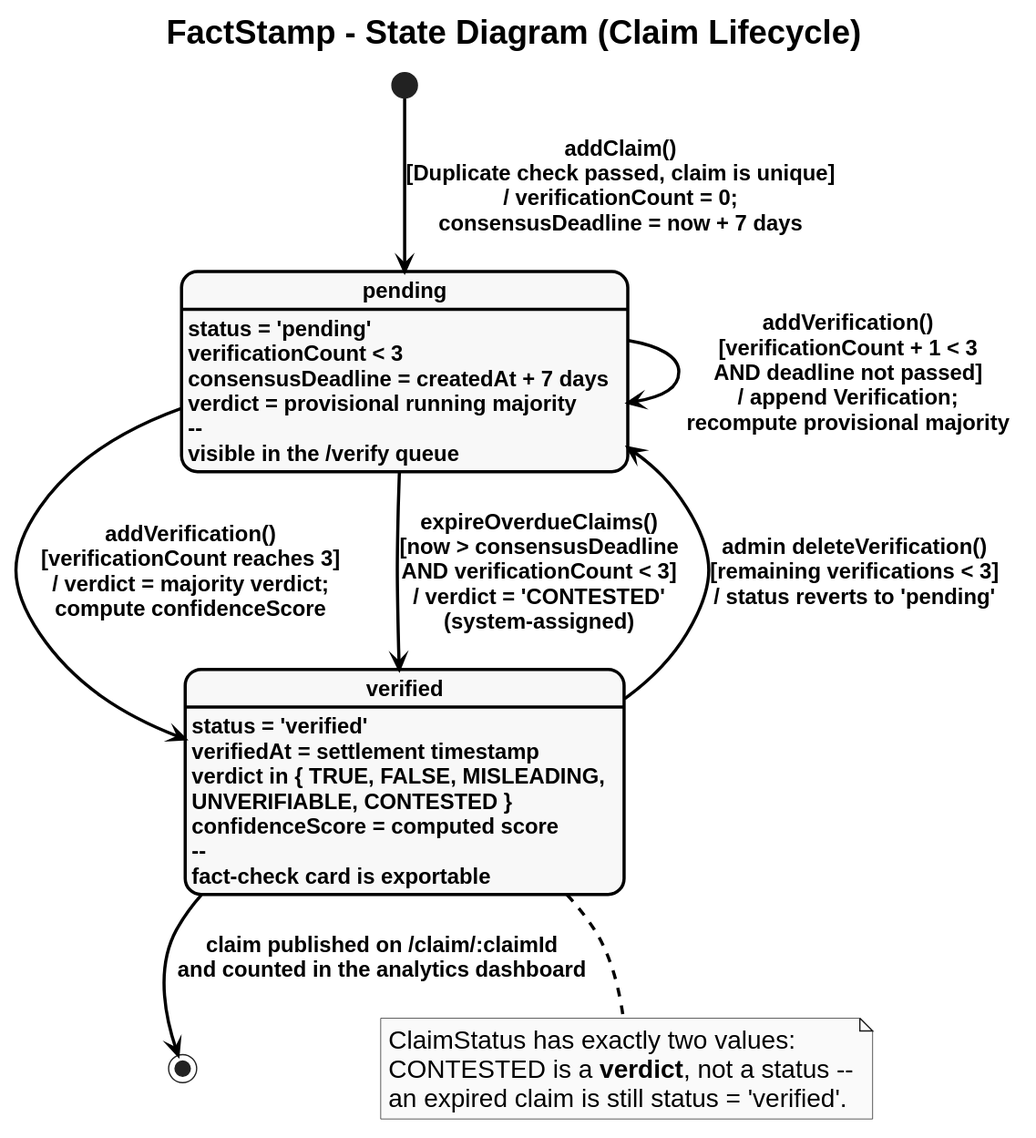
aadish0day/typst keeps this PlantUML diagram as FactStamp/black_book_draft/03_Requirements_and_Analysis/attachments/state_diagram.svg. Above is the earlier version.
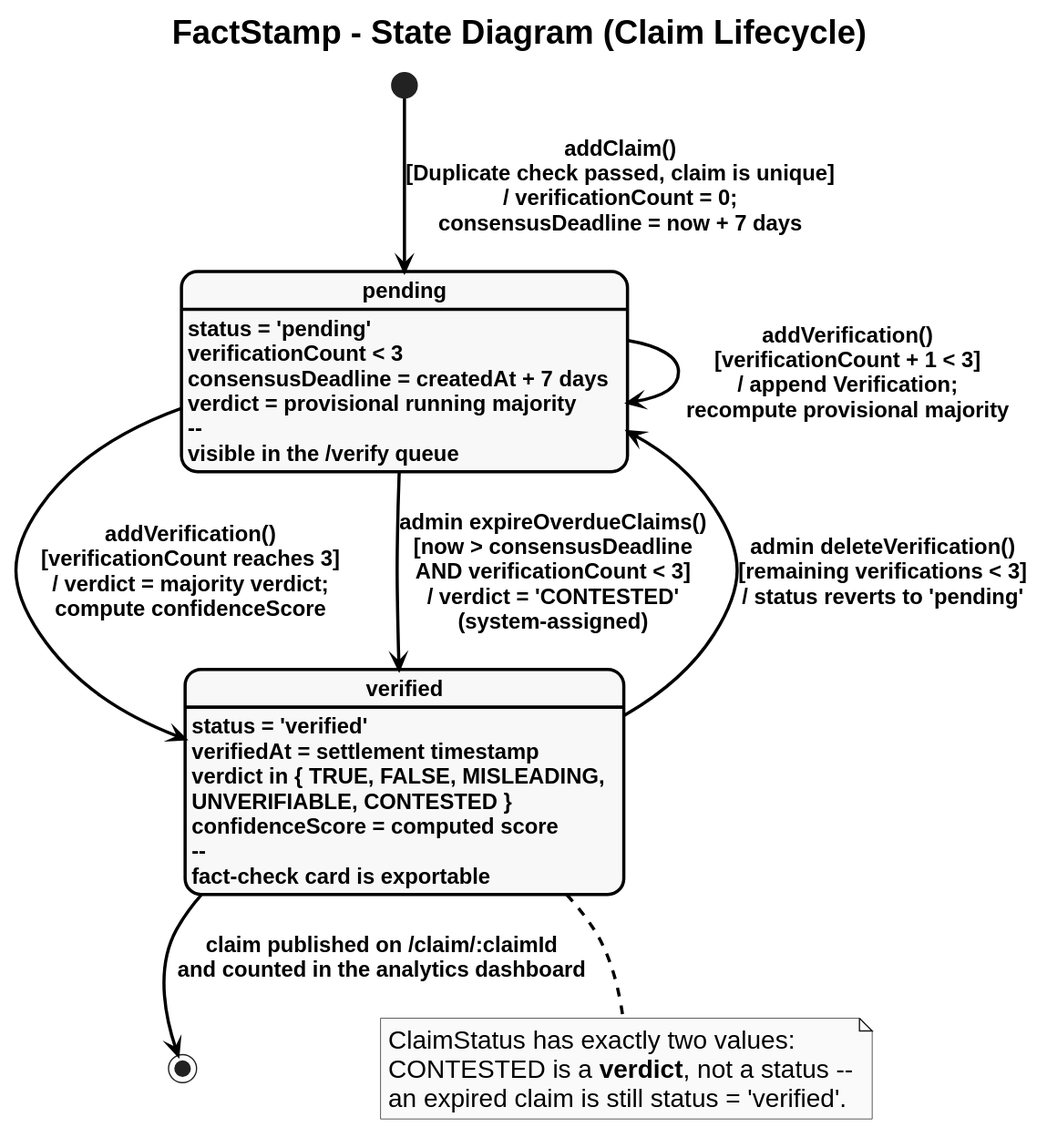
The same file after the commit.

Diff of the diagram source:
```diff
@@ -63,11 +63,11 @@
 
 [*] --> Pending : addClaim()\n[Duplicate check passed, claim is unique]\n/ verificationCount = 0;\nconsensusDeadline = now + 7 days
 
-Pending --> Pending : addVerification()\n[verificationCount + 1 < 3\nAND deadline not passed]\n/ append Verification;\nrecompute provisional majority
+Pending --> Pending : addVerification()\n[verificationCount + 1 < 3]\n/ append Verification;\nrecompute provisional majority
 
 Pending --> Verified : addVerification()\n[verificationCount reaches 3]\n/ verdict = majority verdict;\ncompute confidenceScore
 
-Pending --> Verified : expireOverdueClaims()\n[now > consensusDeadline\nAND verificationCount < 3]\n/ verdict = 'CONTESTED'\n(system-assigned)
+Pending --> Verified : admin expireOverdueClaims()\n[now > consensusDeadline\nAND verificationCount < 3]\n/ verdict = 'CONTESTED'\n(system-assigned)
 
 Verified --> Pending : admin deleteVerification()\n[remaining verifications < 3]\n/ status reverts to 'pending'
 
```
